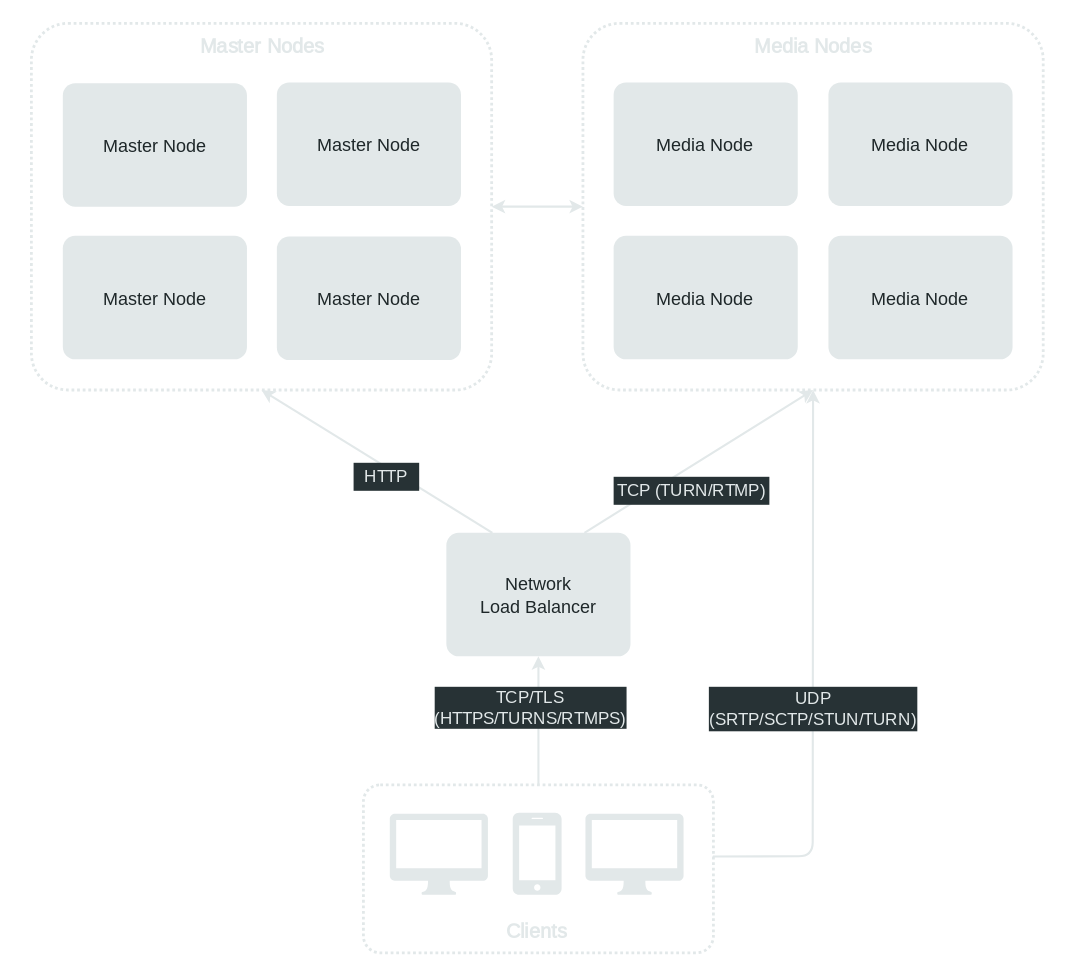
This is docs/assets/images/self-hosting/ha/on-premises/ha-nlb-architecture.svg from OpenVidu/openvidu.io, a draw.io export, as it was before one commit. Source tidied: cells renumbered, new cells last; positions are measured from the earlier drawing's top-left corner, leaving out a move shared by most shapes.
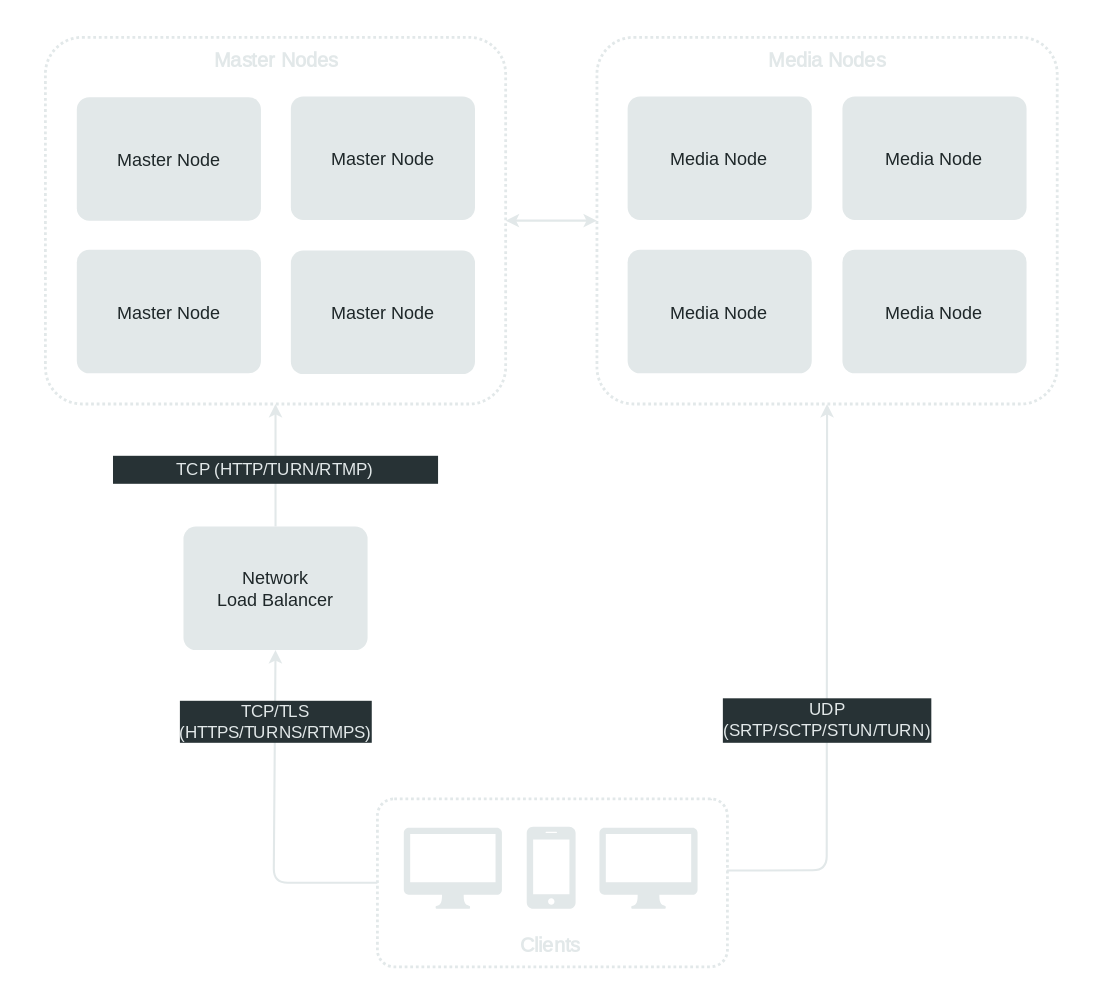
Above is the later version.

The edit, as a diff of the source:
```diff
@@ -35,66 +35,64 @@
     <mxCell id="12" value="Media Node" style="rounded=1;arcSize=10;strokeColor=none;fillColor=#e2e8e9;gradientColor=none;fontFamily=Tomorrow;fontSource=https%3A%2F%2Ffonts.googleapis.com%2Fcss%3Ffamily%3DTomorrow;fontSize=13;fontColor=#1e2729;" parent="1" vertex="1">
       <mxGeometry x="591.2" y="167.9" width="131.5" height="88.2" as="geometry" />
     </mxCell>
-    <mxCell id="13" style="edgeStyle=none;jettySize=auto;html=1;rounded=0;entryX=0.5;entryY=1;entryDx=0;entryDy=0;endArrow=classic;endFill=1;endSize=5;startSize=5;strokeColor=#E2E8E9;startArrow=none;startFill=0;strokeWidth=1.5;exitX=0.75;exitY=0;exitDx=0;exitDy=0;" parent="1" edge="1" source="24" target="4">
-      <mxGeometry relative="1" as="geometry" />
+    <mxCell id="13" style="edgeStyle=none;jettySize=auto;html=1;rounded=0;endArrow=none;endFill=0;exitX=0;exitY=0.5;exitDx=0;exitDy=0;entryX=1;entryY=0.5;entryDx=0;entryDy=0;startArrow=none;startFill=0;strokeColor=#E2E8E9;endSize=5;startSize=5;strokeWidth=1.5;" parent="1" edge="1" target="3">
+      <mxGeometry relative="1" as="geometry">
+        <mxPoint x="350.7" y="147" as="sourcePoint" />
+      </mxGeometry>
     </mxCell>
-    <mxCell id="14" style="edgeStyle=none;jettySize=auto;html=1;rounded=0;endArrow=none;endFill=0;exitX=0;exitY=0.5;exitDx=0;exitDy=0;entryX=1;entryY=0.5;entryDx=0;entryDy=0;startArrow=none;startFill=0;strokeColor=#E2E8E9;endSize=5;startSize=5;strokeWidth=1.5;" parent="1" edge="1" target="3">
-      <mxGeometry relative="1" as="geometry">
-        <mxPoint x="350.7" y="147" as="sourcePoint" />
-      </mxGeometry>
+    <mxCell id="14" value="&lt;font style=&quot;font-size: 14px;&quot; face=&quot;Tomorrow&quot;&gt;Master Nodes&lt;/font&gt;" style="text;strokeColor=none;align=center;fillColor=none;html=1;verticalAlign=middle;whiteSpace=wrap;rounded=0;fontStyle=1;fontColor=#e2e8e9;" parent="1" vertex="1">
+      <mxGeometry x="120.5" y="16.1" width="131.5" height="32.9" as="geometry" />
     </mxCell>
-    <mxCell id="15" value="&lt;font style=&quot;font-size: 14px;&quot; face=&quot;Tomorrow&quot;&gt;Master Nodes&lt;/font&gt;" style="text;strokeColor=none;align=center;fillColor=none;html=1;verticalAlign=middle;whiteSpace=wrap;rounded=0;fontStyle=1;fontColor=#e2e8e9;" parent="1" vertex="1">
-      <mxGeometry x="120.5" y="16.1" width="131.5" height="32.9" as="geometry" />
+    <mxCell id="15" value="&lt;font size=&quot;1&quot; face=&quot;Tomorrow&quot;&gt;&lt;b style=&quot;font-size: 14px;&quot;&gt;Media Nodes&lt;/b&gt;&lt;/font&gt;" style="text;strokeColor=none;align=center;fillColor=none;html=1;verticalAlign=middle;whiteSpace=wrap;rounded=0;fontColor=#E2E8E9;" parent="1" vertex="1">
+      <mxGeometry x="492.6" y="16.1" width="175.3" height="32.9" as="geometry" />
     </mxCell>
-    <mxCell id="16" value="&lt;font size=&quot;1&quot; face=&quot;Tomorrow&quot;&gt;&lt;b style=&quot;font-size: 14px;&quot;&gt;Media Nodes&lt;/b&gt;&lt;/font&gt;" style="text;strokeColor=none;align=center;fillColor=none;html=1;verticalAlign=middle;whiteSpace=wrap;rounded=0;fontColor=#E2E8E9;" parent="1" vertex="1">
-      <mxGeometry x="492.6" y="16.1" width="175.3" height="32.9" as="geometry" />
+    <mxCell id="16" style="rounded=1;arcSize=10;dashed=1;fillColor=none;gradientColor=none;dashPattern=1 1;strokeWidth=2;strokeColor=#E2E8E9;" parent="1" vertex="1">
+      <mxGeometry x="259.1" y="560" width="250" height="120" as="geometry" />
     </mxCell>
-    <mxCell id="17" style="rounded=1;arcSize=10;dashed=1;fillColor=none;gradientColor=none;dashPattern=1 1;strokeWidth=2;strokeColor=#E2E8E9;" parent="1" vertex="1">
-      <mxGeometry x="259.1" y="560" width="250" height="120" as="geometry" />
+    <mxCell id="17" value="&lt;font color=&quot;#e2e8e9&quot; size=&quot;1&quot; face=&quot;Tomorrow&quot;&gt;&lt;b style=&quot;font-size: 14px;&quot;&gt;Clients&lt;/b&gt;&lt;/font&gt;" style="text;strokeColor=none;align=center;fillColor=none;html=1;verticalAlign=middle;whiteSpace=wrap;rounded=0;" parent="1" vertex="1">
+      <mxGeometry x="342.4" y="648.6" width="81.5" height="32.9" as="geometry" />
     </mxCell>
-    <mxCell id="18" value="&lt;font color=&quot;#e2e8e9&quot; size=&quot;1&quot; face=&quot;Tomorrow&quot;&gt;&lt;b style=&quot;font-size: 14px;&quot;&gt;Clients&lt;/b&gt;&lt;/font&gt;" style="text;strokeColor=none;align=center;fillColor=none;html=1;verticalAlign=middle;whiteSpace=wrap;rounded=0;" parent="1" vertex="1">
-      <mxGeometry x="342.4" y="648.6" width="81.5" height="32.9" as="geometry" />
+    <mxCell id="18" style="sketch=0;shadow=0;dashed=0;html=1;strokeColor=none;fillColor=#E2E8E9;labelPosition=center;verticalLabelPosition=bottom;verticalAlign=top;align=center;shape=mxgraph.office.devices.mac_client;" parent="1" vertex="1">
+      <mxGeometry x="277.9" y="580.6" width="70.1" height="58" as="geometry" />
     </mxCell>
     <mxCell id="19" style="sketch=0;shadow=0;dashed=0;html=1;strokeColor=none;fillColor=#E2E8E9;labelPosition=center;verticalLabelPosition=bottom;verticalAlign=top;align=center;shape=mxgraph.office.devices.mac_client;" parent="1" vertex="1">
-      <mxGeometry x="277.9" y="580.6" width="70.1" height="58" as="geometry" />
+      <mxGeometry x="417.7" y="580.6" width="70.1" height="58" as="geometry" />
     </mxCell>
-    <mxCell id="20" style="sketch=0;shadow=0;dashed=0;html=1;strokeColor=none;fillColor=#E2E8E9;labelPosition=center;verticalLabelPosition=bottom;verticalAlign=top;align=center;shape=mxgraph.office.devices.mac_client;" parent="1" vertex="1">
-      <mxGeometry x="417.7" y="580.6" width="70.1" height="58" as="geometry" />
+    <mxCell id="20" style="sketch=0;shadow=0;dashed=0;html=1;strokeColor=none;fillColor=#E2E8E9;labelPosition=center;verticalLabelPosition=bottom;verticalAlign=top;align=center;shape=mxgraph.office.devices.cell_phone_iphone_standalone;" parent="1" vertex="1">
+      <mxGeometry x="365.7" y="580" width="34.9" height="58.6" as="geometry" />
     </mxCell>
-    <mxCell id="21" style="sketch=0;shadow=0;dashed=0;html=1;strokeColor=none;fillColor=#E2E8E9;labelPosition=center;verticalLabelPosition=bottom;verticalAlign=top;align=center;shape=mxgraph.office.devices.cell_phone_iphone_standalone;" parent="1" vertex="1">
-      <mxGeometry x="365.7" y="580" width="34.9" height="58.6" as="geometry" />
+    <mxCell id="21" style="edgeStyle=none;jettySize=auto;html=1;rounded=0;endArrow=classic;endFill=1;startArrow=classic;startFill=1;endSize=5;startSize=5;strokeColor=#E2E8E9;exitX=0;exitY=0.5;exitDx=0;exitDy=0;entryX=1;entryY=0.5;entryDx=0;entryDy=0;strokeWidth=1.5;" parent="1" edge="1" source="4" target="3">
+      <mxGeometry relative="1" as="geometry" />
     </mxCell>
-    <mxCell id="22" style="edgeStyle=none;jettySize=auto;html=1;rounded=0;endArrow=classic;endFill=1;startArrow=classic;startFill=1;endSize=5;startSize=5;strokeColor=#E2E8E9;exitX=0;exitY=0.5;exitDx=0;exitDy=0;entryX=1;entryY=0.5;entryDx=0;entryDy=0;strokeWidth=1.5;" parent="1" edge="1" source="4" target="3">
-      <mxGeometry relative="1" as="geometry" />
+    <mxCell id="22" value="Network&#10;Load Balancer" style="rounded=1;arcSize=10;strokeColor=none;fillColor=#e2e8e9;gradientColor=none;fontFamily=Tomorrow;fontSource=https%3A%2F%2Ffonts.googleapis.com%2Fcss%3Ffamily%3DTomorrow;fontSize=13;fontColor=#1e2729;" parent="1" vertex="1">
+      <mxGeometry x="120.6" y="365.5" width="131.5" height="88.2" as="geometry" />
     </mxCell>
-    <mxCell id="23" value="&lt;font face=&quot;Tomorrow&quot; color=&quot;#e2e8e9&quot;&gt;TCP (TURN/RTMP&lt;/font&gt;&lt;span style=&quot;color: rgb(226, 232, 233); font-family: Tomorrow; background-color: initial;&quot;&gt;)&lt;/span&gt;" style="text;html=1;align=center;verticalAlign=middle;whiteSpace=wrap;rounded=0;fillColor=#273235;" parent="1" vertex="1">
-      <mxGeometry x="437.8" y="340" width="111.2" height="20" as="geometry" />
+    <mxCell id="23" style="edgeStyle=none;jettySize=auto;html=1;rounded=1;endArrow=classic;endFill=1;startArrow=none;startFill=0;endSize=5;startSize=5;strokeColor=#E2E8E9;strokeWidth=1.5;exitX=0;exitY=0.5;exitDx=0;exitDy=0;curved=0;entryX=0.5;entryY=1;entryDx=0;entryDy=0;" parent="1" edge="1" source="16" target="22">
+      <mxGeometry relative="1" as="geometry">
+        <Array as="points">
+          <mxPoint x="185" y="620" />
+        </Array>
+      </mxGeometry>
     </mxCell>
-    <mxCell id="24" value="Network&#10;Load Balancer" style="rounded=1;arcSize=10;strokeColor=none;fillColor=#e2e8e9;gradientColor=none;fontFamily=Tomorrow;fontSource=https%3A%2F%2Ffonts.googleapis.com%2Fcss%3Ffamily%3DTomorrow;fontSize=13;fontColor=#1e2729;" parent="1" vertex="1">
-      <mxGeometry x="318.3" y="380" width="131.5" height="88.2" as="geometry" />
+    <mxCell id="24" style="edgeStyle=none;jettySize=auto;html=1;rounded=0;endArrow=classic;endFill=1;startArrow=none;startFill=0;endSize=5;startSize=5;strokeColor=#E2E8E9;strokeWidth=1.5;exitX=0.5;exitY=0;exitDx=0;exitDy=0;entryX=0.5;entryY=1;entryDx=0;entryDy=0;" parent="1" edge="1" source="22" target="3">
+      <mxGeometry relative="1" as="geometry" />
     </mxCell>
-    <mxCell id="25" style="edgeStyle=none;jettySize=auto;html=1;rounded=0;endArrow=classic;endFill=1;startArrow=none;startFill=0;endSize=5;startSize=5;strokeColor=#E2E8E9;strokeWidth=1.5;exitX=0.5;exitY=0;exitDx=0;exitDy=0;" parent="1" edge="1" source="17" target="24">
-      <mxGeometry relative="1" as="geometry" />
+    <mxCell id="25" style="edgeStyle=none;jettySize=auto;html=1;rounded=1;endArrow=classic;endFill=1;endSize=5;startSize=5;strokeColor=#E2E8E9;startArrow=none;startFill=0;strokeWidth=1.5;curved=0;exitX=1;exitY=0.5;exitDx=0;exitDy=0;entryX=0.5;entryY=1;entryDx=0;entryDy=0;" parent="1" edge="1" target="4">
+      <mxGeometry relative="1" as="geometry">
+        <mxPoint x="508.7" y="611.3" as="sourcePoint" />
+        <Array as="points">
+          <mxPoint x="580" y="611" />
+        </Array>
+      </mxGeometry>
     </mxCell>
-    <mxCell id="26" value="&lt;font face=&quot;Tomorrow&quot; color=&quot;#e2e8e9&quot;&gt;TCP/TLS (HTTPS/TURNS/RTMPS)&lt;/font&gt;" style="text;html=1;align=center;verticalAlign=middle;whiteSpace=wrap;rounded=0;fillColor=#273235;" parent="1" vertex="1">
-      <mxGeometry x="310" y="490" width="137" height="30" as="geometry" />
+    <mxCell id="26" value="&lt;font color=&quot;#e2e8e9&quot; face=&quot;Tomorrow&quot;&gt;UDP&lt;br&gt;(SRTP/SCTP/STUN/TURN)&lt;/font&gt;" style="text;html=1;align=center;verticalAlign=middle;whiteSpace=wrap;rounded=0;fillColor=#273235;" parent="1" vertex="1">
+      <mxGeometry x="505.8" y="488.2" width="148.9" height="31.8" as="geometry" />
     </mxCell>
-    <mxCell id="27" style="edgeStyle=none;jettySize=auto;html=1;rounded=0;endArrow=classic;endFill=1;startArrow=none;startFill=0;endSize=5;startSize=5;strokeColor=#E2E8E9;entryX=0.5;entryY=1;entryDx=0;entryDy=0;strokeWidth=1.5;exitX=0.25;exitY=0;exitDx=0;exitDy=0;" parent="1" edge="1" source="24" target="3">
-      <mxGeometry relative="1" as="geometry" />
+    <mxCell id="27" value="&lt;font face=&quot;Tomorrow&quot; color=&quot;#e2e8e9&quot;&gt;TCP (HTTP/TURN/RTMP&lt;/font&gt;&lt;span style=&quot;color: rgb(226, 232, 233); font-family: Tomorrow; background-color: initial;&quot;&gt;)&lt;/span&gt;" style="text;html=1;align=center;verticalAlign=middle;whiteSpace=wrap;rounded=0;fillColor=#273235;" parent="1" vertex="1">
+      <mxGeometry x="70.2" y="315" width="232.2" height="20" as="geometry" />
     </mxCell>
-    <mxCell id="28" value="&lt;font color=&quot;#e2e8e9&quot; face=&quot;Tomorrow&quot;&gt;HTTP&lt;/font&gt;" style="text;html=1;align=center;verticalAlign=middle;whiteSpace=wrap;rounded=0;fillColor=#273235;" parent="1" vertex="1">
-      <mxGeometry x="252.1" y="330" width="46.9" height="20" as="geometry" />
+    <mxCell id="28" value="&lt;font face=&quot;Tomorrow&quot; color=&quot;#e2e8e9&quot;&gt;TCP/TLS (HTTPS/TURNS/RTMPS)&lt;/font&gt;" style="text;html=1;align=center;verticalAlign=middle;whiteSpace=wrap;rounded=0;fillColor=#273235;" parent="1" vertex="1">
+      <mxGeometry x="118" y="490" width="137" height="30" as="geometry" />
     </mxCell>
-    <mxCell id="29" style="edgeStyle=none;jettySize=auto;html=1;rounded=1;endArrow=classic;endFill=1;endSize=5;startSize=5;strokeColor=#E2E8E9;startArrow=none;startFill=0;strokeWidth=1.5;curved=0;exitX=1;exitY=0.5;exitDx=0;exitDy=0;entryX=0.5;entryY=1;entryDx=0;entryDy=0;" parent="1" edge="1" target="4">
-      <mxGeometry relative="1" as="geometry">
-        <mxPoint x="508.7" y="611.3" as="sourcePoint" />
-        <Array as="points">
-          <mxPoint x="580" y="611" />
-        </Array>
-      </mxGeometry>
-    </mxCell>
-    <mxCell id="30" value="&lt;font color=&quot;#e2e8e9&quot; face=&quot;Tomorrow&quot;&gt;UDP&lt;br&gt;(SRTP/SCTP/STUN/TURN)&lt;/font&gt;" style="text;html=1;align=center;verticalAlign=middle;whiteSpace=wrap;rounded=0;fillColor=#273235;" parent="1" vertex="1">
-      <mxGeometry x="505.8" y="490" width="148.9" height="31.8" as="geometry" />
-    </mxCell>
   </root>
 </mxGraphModel>
```
